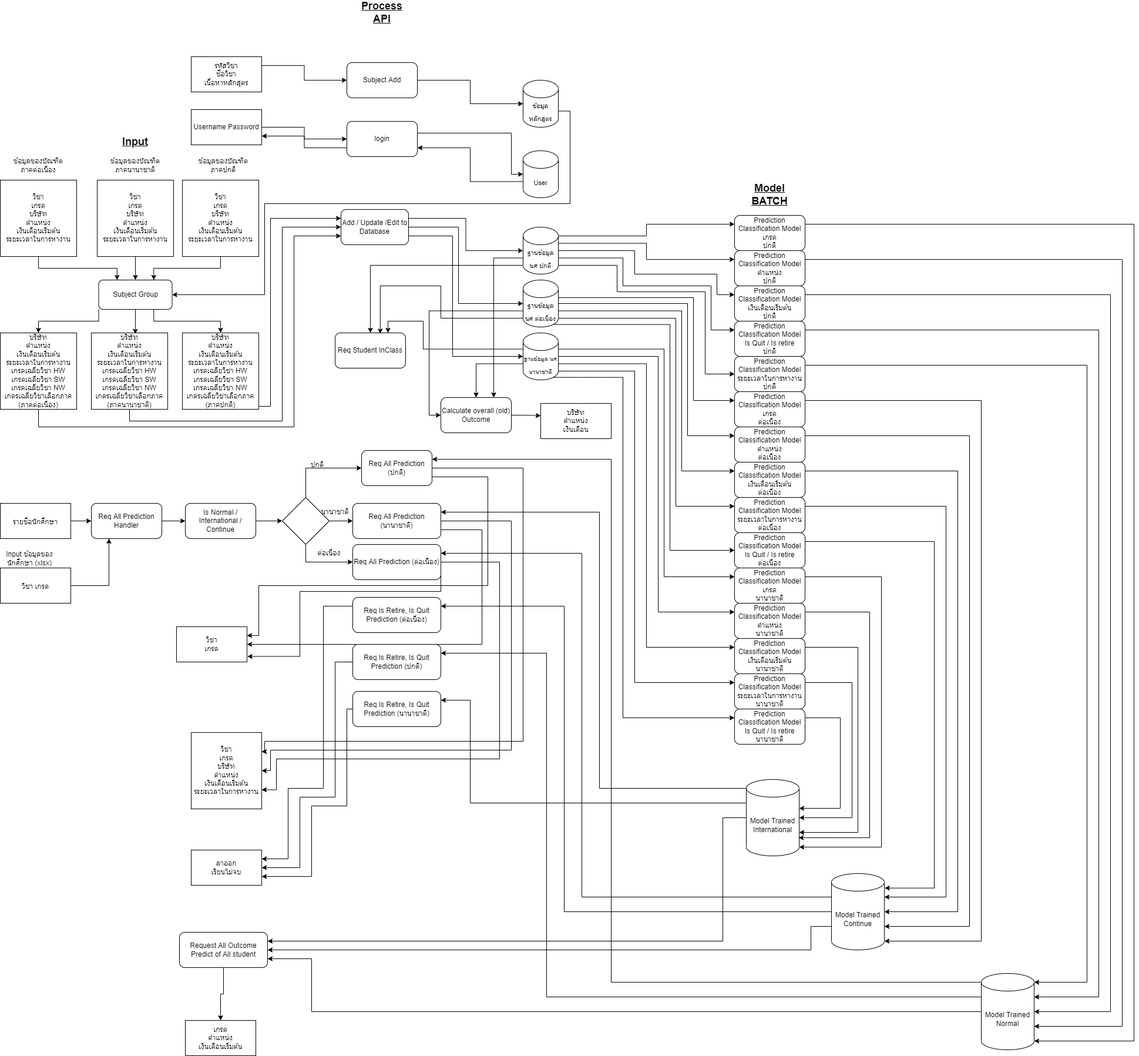
This is Design Architecture/New DFD.drawio.png from nontapanr/CEPP64-08, a draw.io export, as it was before one commit. Source tidied: cells renumbered, new cells last; positions are measured from the earlier drawing's top-left corner, leaving out a move shared by most shapes.
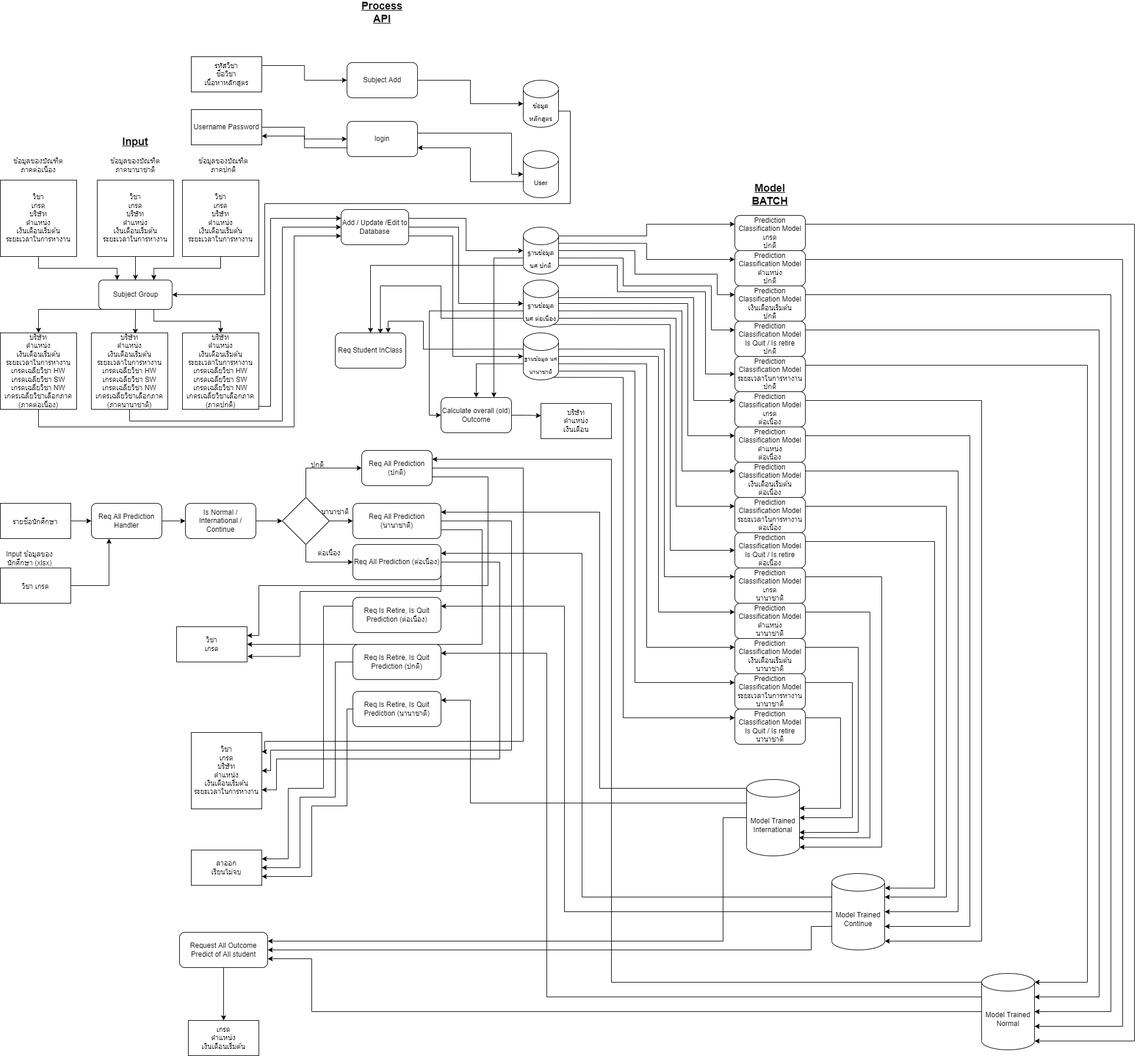
Above is the later version.

What changed in the source:
```diff
@@ -346,8 +346,10 @@
     <mxCell id="65" value="Prediction Classification Model&lt;br&gt;เกรด&lt;br&gt;นานาชาติ" style="rounded=1;whiteSpace=wrap;html=1;" parent="1" vertex="1">
       <mxGeometry x="1250" y="960" width="120" height="60" as="geometry" />
     </mxCell>
-    <mxCell id="66" style="edgeStyle=orthogonalEdgeStyle;rounded=0;jettySize=auto;html=1;exitX=0;exitY=1;exitDx=0;exitDy=0;entryX=0.5;entryY=0;entryDx=0;entryDy=0;fontSize=12;" parent="1" edge="1" source="69" target="71">
-      <mxGeometry relative="1" as="geometry" />
+    <mxCell id="66" style="edgeStyle=orthogonalEdgeStyle;rounded=0;jettySize=auto;html=1;entryX=0.5;entryY=0;entryDx=0;entryDy=0;fontSize=12;" parent="1" edge="1" target="71">
+      <mxGeometry relative="1" as="geometry">
+        <mxPoint x="180" y="520" as="sourcePoint" />
+      </mxGeometry>
     </mxCell>
     <mxCell id="67" style="edgeStyle=orthogonalEdgeStyle;rounded=0;jettySize=auto;html=1;exitX=0.5;exitY=1;exitDx=0;exitDy=0;entryX=0.574;entryY=0.014;entryDx=0;entryDy=0;entryPerimeter=0;fontSize=12;" parent="1" edge="1" source="69" target="73">
       <mxGeometry relative="1" as="geometry" />
@@ -691,7 +693,7 @@
       <mxGeometry x="305" y="1580" width="150" height="60" as="geometry" />
     </mxCell>
     <mxCell id="133" value="เกรด&lt;br&gt;ตำแหน่ง&lt;br&gt;เงินเดือนเริ่มต้น" style="rounded=0;whiteSpace=wrap;html=1;fontSize=12;" parent="1" vertex="1">
-      <mxGeometry x="315" y="1730" width="120" height="60" as="geometry" />
+      <mxGeometry x="320" y="1730" width="120" height="60" as="geometry" />
     </mxCell>
     <mxCell id="134" style="edgeStyle=orthogonalEdgeStyle;rounded=0;jettySize=auto;html=1;exitX=0;exitY=0;exitDx=0;exitDy=52.5;exitPerimeter=0;entryX=1;entryY=0.75;entryDx=0;entryDy=0;fontSize=12;" parent="1" edge="1" source="135" target="140">
       <mxGeometry relative="1" as="geometry" />
```
